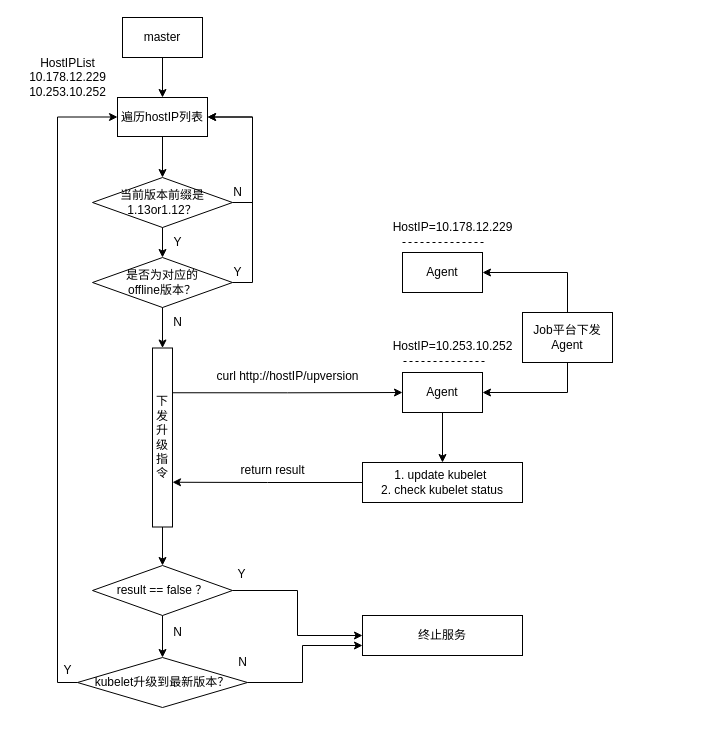
Earlier version of the draw.io diagram 未命名绘图.drawio (cityofwang/beats). Source tidied: cells renumbered, new cells numbered last; positions are measured from the earlier drawing's top-left corner, leaving out a move shared by most shapes. Both pictures are drawn from the tidied source at 100%, with x=0, y=0 at pixel (17, 17).
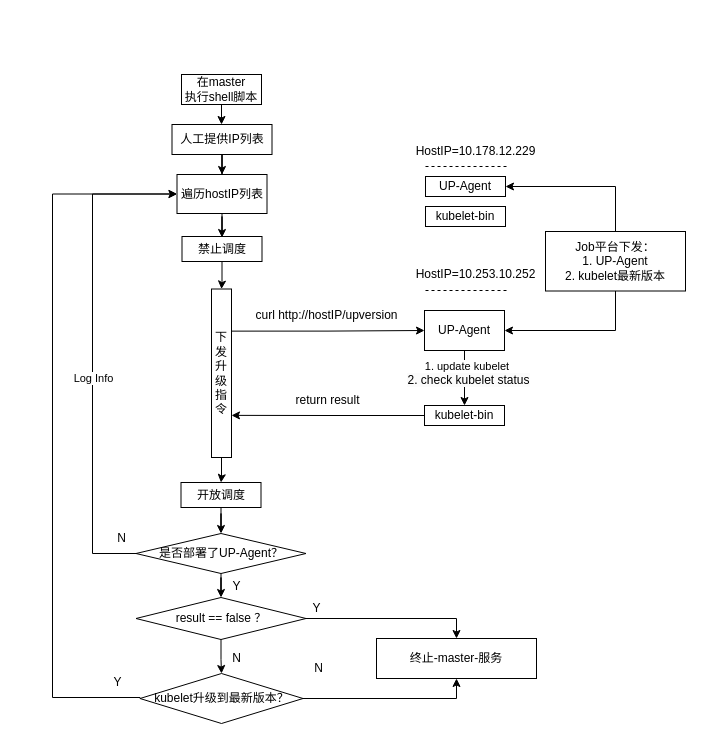
After the change.

Commit message:
更新未命名绘图.drawio

The edit, as a diff of the source:
```diff
@@
-    <mxCell id="2" value="Agent" style="rounded=0;whiteSpace=wrap;html=1;fillColor=none;" parent="1" vertex="1">
-      <mxGeometry x="385" y="235" width="80" height="40" as="geometry" />
+    <mxCell id="2" value="UP-Agent" style="rounded=0;whiteSpace=wrap;html=1;fillColor=none;" parent="1" vertex="1">
+      <mxGeometry x="408" y="159" width="80" height="20" as="geometry" />
     </mxCell>
@@
-    <mxCell id="5" value="Job平台下发Agent" style="rounded=0;whiteSpace=wrap;html=1;fillColor=none;" parent="1" vertex="1">
-      <mxGeometry x="505" y="295" width="90" height="50" as="geometry" />
+    <mxCell id="5" value="Job平台下发：&lt;br&gt;1. UP-Agent&lt;br&gt;2. kubelet最新版本" style="rounded=0;whiteSpace=wrap;html=1;fillColor=none;" parent="1" vertex="1">
+      <mxGeometry x="528" y="214" width="140" height="59.5" as="geometry" />
     </mxCell>
     <mxCell id="6" style="endArrow=none;dashed=1;html=1;rounded=0;" parent="1" edge="1">
       <mxGeometry relative="1" as="geometry">
-        <mxPoint x="385" y="225" as="sourcePoint" />
-        <mxPoint x="469" y="225" as="targetPoint" />
+        <mxPoint x="408" y="149" as="sourcePoint" />
+        <mxPoint x="492" y="149" as="targetPoint" />
       </mxGeometry>
     </mxCell>
     <mxCell id="7" value="HostIP=10.178.12.229" style="text;html=1;align=center;verticalAlign=middle;strokeColor=none;fillColor=none;" parent="1" vertex="1">
-      <mxGeometry x="365" y="195" width="140" height="30" as="geometry" />
+      <mxGeometry x="388" y="119" width="140" height="30" as="geometry" />
     </mxCell>
-    <mxCell id="8" style="edgeStyle=orthogonalEdgeStyle;rounded=0;jettySize=auto;html=1;entryX=0.5;entryY=0;entryDx=0;entryDy=0;" parent="1" edge="1" source="9" target="30">
+    <mxCell id="8" style="edgeStyle=orthogonalEdgeStyle;rounded=0;jettySize=auto;html=1;entryX=0.5;entryY=0;entryDx=0;entryDy=0;" parent="1" edge="1" source="9" target="63">
       <mxGeometry relative="1" as="geometry" />
     </mxCell>
+    <mxCell id="30" value="1. update kubelet&amp;nbsp;&lt;br style=&quot;border-color: var(--border-color); font-size: 12px; background-color: rgb(251, 251, 251);&quot;&gt;&lt;span style=&quot;font-size: 12px; background-color: rgb(251, 251, 251);&quot;&gt;2. check kubelet status&lt;/span&gt;" style="edgeLabel;html=1;align=center;verticalAlign=middle;points=[];" parent="8" vertex="1">
+      <mxGeometry x="-0.2" y="3" relative="1" as="geometry" />
+    </mxCell>
-    <mxCell id="9" value="Agent" style="rounded=0;whiteSpace=wrap;html=1;fillColor=none;" parent="1" vertex="1">
-      <mxGeometry x="385" y="355" width="80" height="40" as="geometry" />
+    <mxCell id="9" value="UP-Agent" style="rounded=0;whiteSpace=wrap;html=1;fillColor=none;" parent="1" vertex="1">
+      <mxGeometry x="407" y="293" width="80" height="40" as="geometry" />
     </mxCell>
     <mxCell id="10" value="HostIP=10.253.10.252" style="text;html=1;align=center;verticalAlign=middle;strokeColor=none;fillColor=none;" parent="1" vertex="1">
-      <mxGeometry x="365" y="314" width="140" height="30" as="geometry" />
+      <mxGeometry x="388" y="241.5" width="140" height="30" as="geometry" />
     </mxCell>
     <mxCell id="11" style="endArrow=none;dashed=1;html=1;rounded=0;" parent="1" edge="1">
       <mxGeometry relative="1" as="geometry">
-        <mxPoint x="386" y="344" as="sourcePoint" />
-        <mxPoint x="470" y="344" as="targetPoint" />
+        <mxPoint x="408" y="273" as="sourcePoint" />
+        <mxPoint x="492" y="273" as="targetPoint" />
       </mxGeometry>
     </mxCell>
-    <mxCell id="12" style="edgeStyle=orthogonalEdgeStyle;rounded=0;jettySize=auto;html=1;entryX=0.5;entryY=0;entryDx=0;entryDy=0;" parent="1" edge="1" source="13" target="22">
-      <mxGeometry relative="1" as="geometry" />
-    </mxCell>
+    <mxCell id="45" style="edgeStyle=orthogonalEdgeStyle;rounded=0;jettySize=auto;html=1;" parent="1" edge="1" source="13" target="55">
+      <mxGeometry relative="1" as="geometry" />
+    </mxCell>
-    <mxCell id="13" value="master" style="rounded=0;whiteSpace=wrap;html=1;fillColor=none;" parent="1" vertex="1">
-      <mxGeometry x="105" width="80" height="40" as="geometry" />
+    <mxCell id="13" value="在master&lt;br&gt;执行shell脚本" style="rounded=0;whiteSpace=wrap;html=1;fillColor=none;" parent="1" vertex="1">
+      <mxGeometry x="164" y="57" width="80" height="30" as="geometry" />
     </mxCell>
-    <mxCell id="14" value="HostIPList&lt;br&gt;10.178.12.229&lt;br&gt;10.253.10.252" style="text;html=1;align=center;verticalAlign=middle;strokeColor=none;fillColor=none;" parent="1" vertex="1">
-      <mxGeometry y="30" width="100" height="60" as="geometry" />
-    </mxCell>
-    <mxCell id="15" style="edgeStyle=orthogonalEdgeStyle;rounded=0;jettySize=auto;html=1;entryX=1;entryY=0.5;entryDx=0;entryDy=0;exitX=1;exitY=0.5;exitDx=0;exitDy=0;" parent="1" edge="1" source="17" target="22">
-      <mxGeometry relative="1" as="geometry" />
-    </mxCell>
-    <mxCell id="16" style="edgeStyle=orthogonalEdgeStyle;rounded=0;jettySize=auto;html=1;entryX=0.5;entryY=0;entryDx=0;entryDy=0;" parent="1" edge="1" source="17" target="20">
-      <mxGeometry relative="1" as="geometry" />
-    </mxCell>
-    <mxCell id="17" value="当前版本前缀是1.13or1.12？" style="rhombus;whiteSpace=wrap;html=1;fillColor=none;" parent="1" vertex="1">
-      <mxGeometry x="75" y="160" width="140" height="50" as="geometry" />
-    </mxCell>
-    <mxCell id="18" style="edgeStyle=orthogonalEdgeStyle;rounded=0;jettySize=auto;html=1;entryX=1;entryY=0.5;entryDx=0;entryDy=0;exitX=1;exitY=0.5;exitDx=0;exitDy=0;" parent="1" edge="1" source="20" target="22">
-      <mxGeometry relative="1" as="geometry" />
-    </mxCell>
-    <mxCell id="19" style="edgeStyle=orthogonalEdgeStyle;rounded=0;jettySize=auto;html=1;entryX=0.5;entryY=0;entryDx=0;entryDy=0;" parent="1" edge="1" source="20" target="27">
-      <mxGeometry relative="1" as="geometry" />
-    </mxCell>
-    <mxCell id="20" value="是否为对应的&lt;br&gt;offline版本？" style="rhombus;whiteSpace=wrap;html=1;fillColor=none;" parent="1" vertex="1">
-      <mxGeometry x="75" y="240" width="140" height="50" as="geometry" />
-    </mxCell>
-    <mxCell id="21" style="edgeStyle=orthogonalEdgeStyle;rounded=0;jettySize=auto;html=1;entryX=0.5;entryY=0;entryDx=0;entryDy=0;" parent="1" edge="1" source="22" target="17">
-      <mxGeometry relative="1" as="geometry" />
-    </mxCell>
+    <mxCell id="46" style="edgeStyle=orthogonalEdgeStyle;rounded=0;jettySize=auto;html=1;entryX=0.5;entryY=0.04;entryDx=0;entryDy=0;entryPerimeter=0;" parent="1" edge="1" source="22" target="58">
+      <mxGeometry relative="1" as="geometry" />
+    </mxCell>
     <mxCell id="22" value="遍历hostIP列表" style="rounded=0;whiteSpace=wrap;html=1;fillColor=none;" parent="1" vertex="1">
-      <mxGeometry x="100" y="80" width="90" height="39" as="geometry" />
+      <mxGeometry x="159.5" y="157" width="90" height="39" as="geometry" />
     </mxCell>
-    <mxCell id="23" value="N" style="text;html=1;align=center;verticalAlign=middle;strokeColor=none;fillColor=none;" parent="1" vertex="1">
-      <mxGeometry x="205" y="160" width="30" height="30" as="geometry" />
-    </mxCell>
-    <mxCell id="24" value="Y" style="text;html=1;align=center;verticalAlign=middle;strokeColor=none;fillColor=none;" parent="1" vertex="1">
-      <mxGeometry x="205" y="240" width="30" height="30" as="geometry" />
-    </mxCell>
@@
-    <mxCell id="26" style="edgeStyle=orthogonalEdgeStyle;rounded=0;jettySize=auto;html=1;entryX=0.5;entryY=0;entryDx=0;entryDy=0;" parent="1" edge="1" source="27" target="34">
-      <mxGeometry relative="1" as="geometry" />
-    </mxCell>
+    <mxCell id="47" style="edgeStyle=orthogonalEdgeStyle;rounded=0;jettySize=auto;html=1;entryX=0.5;entryY=0;entryDx=0;entryDy=0;" parent="1" edge="1" source="27" target="60">
+      <mxGeometry relative="1" as="geometry" />
+    </mxCell>
     <mxCell id="27" value="下发升级指令" style="rounded=0;whiteSpace=wrap;html=1;fillColor=none;" parent="1" vertex="1">
-      <mxGeometry x="135" y="330.5" width="20" height="179" as="geometry" />
+      <mxGeometry x="194" y="271.5" width="20" height="168.5" as="geometry" />
     </mxCell>
     <mxCell id="28" value="curl http://hostIP/upversion" style="text;html=1;align=center;verticalAlign=middle;strokeColor=none;fillColor=none;" parent="1" vertex="1">
-      <mxGeometry x="185" y="344" width="170" height="30" as="geometry" />
+      <mxGeometry x="224" y="282.5" width="170" height="30" as="geometry" />
     </mxCell>
-    <mxCell id="29" style="edgeStyle=orthogonalEdgeStyle;rounded=0;jettySize=auto;html=1;entryX=1;entryY=0.75;entryDx=0;entryDy=0;" parent="1" edge="1" source="30" target="27">
-      <mxGeometry relative="1" as="geometry" />
-    </mxCell>
-    <mxCell id="30" value="1. update kubelet&amp;nbsp;&lt;br&gt;2. check kubelet status" style="rounded=0;whiteSpace=wrap;html=1;fillColor=none;" parent="1" vertex="1">
-      <mxGeometry x="345" y="445" width="160" height="40" as="geometry" />
-    </mxCell>
     <mxCell id="31" value="return result" style="text;html=1;align=center;verticalAlign=middle;strokeColor=none;fillColor=none;" parent="1" vertex="1">
-      <mxGeometry x="210" y="438" width="90" height="30" as="geometry" />
+      <mxGeometry x="265" y="368" width="90" height="30" as="geometry" />
     </mxCell>
+    <mxCell id="33" style="edgeStyle=orthogonalEdgeStyle;rounded=0;jettySize=auto;html=1;entryX=0.5;entryY=0;entryDx=0;entryDy=0;" parent="1" edge="1" source="34" target="39">
+      <mxGeometry relative="1" as="geometry" />
+    </mxCell>
-    <mxCell id="32" style="edgeStyle=orthogonalEdgeStyle;rounded=0;jettySize=auto;html=1;entryX=0;entryY=0.5;entryDx=0;entryDy=0;" parent="1" edge="1" source="34" target="35">
+    <mxCell id="32" style="edgeStyle=orthogonalEdgeStyle;rounded=0;jettySize=auto;html=1;entryX=0.5;entryY=0;entryDx=0;entryDy=0;" parent="1" edge="1" source="34" target="35">
       <mxGeometry relative="1" as="geometry" />
     </mxCell>
-    <mxCell id="33" style="edgeStyle=orthogonalEdgeStyle;rounded=0;jettySize=auto;html=1;entryX=0.5;entryY=0;entryDx=0;entryDy=0;" parent="1" edge="1" source="34" target="39">
-      <mxGeometry relative="1" as="geometry" />
-    </mxCell>
     <mxCell id="34" value="result == false ？" style="rhombus;whiteSpace=wrap;html=1;fillColor=none;" parent="1" vertex="1">
-      <mxGeometry x="75" y="548" width="140" height="50" as="geometry" />
+      <mxGeometry x="118.5" y="580" width="170" height="42" as="geometry" />
     </mxCell>
-    <mxCell id="35" value="终止服务" style="rounded=0;whiteSpace=wrap;html=1;fillColor=none;" parent="1" vertex="1">
-      <mxGeometry x="345" y="598" width="160" height="40" as="geometry" />
+    <mxCell id="35" value="终止-master-服务" style="rounded=0;whiteSpace=wrap;html=1;fillColor=none;" parent="1" vertex="1">
+      <mxGeometry x="359" y="621" width="160" height="40" as="geometry" />
     </mxCell>
     <mxCell id="36" value="Y" style="text;html=1;align=center;verticalAlign=middle;strokeColor=none;fillColor=none;" parent="1" vertex="1">
-      <mxGeometry x="209" y="542" width="30" height="30" as="geometry" />
+      <mxGeometry x="204" y="554" width="30" height="30" as="geometry" />
     </mxCell>
+    <mxCell id="38" style="edgeStyle=orthogonalEdgeStyle;rounded=0;jettySize=auto;html=1;entryX=0;entryY=0.5;entryDx=0;entryDy=0;exitX=0;exitY=0.5;exitDx=0;exitDy=0;" parent="1" edge="1" source="39" target="22">
+      <mxGeometry relative="1" as="geometry">
+        <Array as="points">
+          <mxPoint x="123" y="680" />
+          <mxPoint x="35" y="680" />
+          <mxPoint x="35" y="177" />
+        </Array>
+      </mxGeometry>
+    </mxCell>
-    <mxCell id="37" style="edgeStyle=orthogonalEdgeStyle;rounded=0;jettySize=auto;html=1;entryX=0;entryY=0.75;entryDx=0;entryDy=0;" parent="1" edge="1" source="39" target="35">
-      <mxGeometry relative="1" as="geometry">
-        <Array as="points">
-          <mxPoint x="285" y="665" />
-          <mxPoint x="285" y="628" />
-        </Array>
-      </mxGeometry>
+    <mxCell id="37" style="edgeStyle=orthogonalEdgeStyle;rounded=0;jettySize=auto;html=1;entryX=0.5;entryY=1;entryDx=0;entryDy=0;" parent="1" edge="1" source="39" target="35">
+      <mxGeometry relative="1" as="geometry" />
     </mxCell>
-    <mxCell id="38" style="edgeStyle=orthogonalEdgeStyle;rounded=0;jettySize=auto;html=1;entryX=0;entryY=0.5;entryDx=0;entryDy=0;exitX=0;exitY=0.5;exitDx=0;exitDy=0;" parent="1" edge="1" source="39" target="22">
-      <mxGeometry relative="1" as="geometry" />
-    </mxCell>
     <mxCell id="39" value="kubelet升级到最新版本？" style="rhombus;whiteSpace=wrap;html=1;fillColor=none;" parent="1" vertex="1">
-      <mxGeometry x="60" y="640" width="170" height="50" as="geometry" />
+      <mxGeometry x="122.5" y="656" width="163" height="50" as="geometry" />
     </mxCell>
     <mxCell id="40" value="N" style="text;html=1;align=center;verticalAlign=middle;strokeColor=none;fillColor=none;" parent="1" vertex="1">
-      <mxGeometry x="210" y="630" width="30" height="30" as="geometry" />
+      <mxGeometry x="285.5" y="636" width="30" height="30" as="geometry" />
     </mxCell>
-    <mxCell id="41" value="Y" style="text;html=1;align=center;verticalAlign=middle;strokeColor=none;fillColor=none;" parent="1" vertex="1">
-      <mxGeometry x="145" y="210" width="30" height="30" as="geometry" />
-    </mxCell>
-    <mxCell id="42" value="N" style="text;html=1;align=center;verticalAlign=middle;strokeColor=none;fillColor=none;" parent="1" vertex="1">
-      <mxGeometry x="145" y="290" width="30" height="30" as="geometry" />
-    </mxCell>
     <mxCell id="43" value="N" style="text;html=1;align=center;verticalAlign=middle;strokeColor=none;fillColor=none;" parent="1" vertex="1">
-      <mxGeometry x="145" y="600" width="30" height="30" as="geometry" />
+      <mxGeometry x="88.5" y="506" width="30" height="30" as="geometry" />
     </mxCell>
-    <mxCell id="44" value="Y" style="text;html=1;align=center;verticalAlign=middle;strokeColor=none;fillColor=none;" parent="1" vertex="1">
-      <mxGeometry x="35" y="638" width="30" height="30" as="geometry" />
-    </mxCell>
+    <mxCell id="48" style="edgeStyle=orthogonalEdgeStyle;rounded=0;jettySize=auto;html=1;entryX=0.5;entryY=0;entryDx=0;entryDy=0;" parent="1" edge="1" source="51" target="34">
+      <mxGeometry relative="1" as="geometry" />
+    </mxCell>
+    <mxCell id="49" style="edgeStyle=orthogonalEdgeStyle;rounded=0;jettySize=auto;html=1;entryX=0;entryY=0.5;entryDx=0;entryDy=0;exitX=0;exitY=0.5;exitDx=0;exitDy=0;" parent="1" edge="1" source="51" target="22">
+      <mxGeometry relative="1" as="geometry">
+        <Array as="points">
+          <mxPoint x="75" y="536" />
+          <mxPoint x="75" y="177" />
+        </Array>
+      </mxGeometry>
+    </mxCell>
+    <mxCell id="50" value="Log Info" style="edgeLabel;html=1;align=center;verticalAlign=middle;" parent="49" vertex="1">
+      <mxGeometry x="-0.1" relative="1" as="geometry" />
+    </mxCell>
+    <mxCell id="51" value="是否部署了UP-Agent？" style="rhombus;whiteSpace=wrap;html=1;fillColor=none;" parent="1" vertex="1">
+      <mxGeometry x="118.5" y="516" width="170" height="40" as="geometry" />
+    </mxCell>
+    <mxCell id="52" value="N" style="text;html=1;align=center;verticalAlign=middle;strokeColor=none;fillColor=none;" parent="1" vertex="1">
+      <mxGeometry x="204" y="626" width="30" height="30" as="geometry" />
+    </mxCell>
+    <mxCell id="53" value="Y" style="text;html=1;align=center;verticalAlign=middle;strokeColor=none;fillColor=none;" parent="1" vertex="1">
+      <mxGeometry x="284" y="576" width="30" height="30" as="geometry" />
+    </mxCell>
+    <mxCell id="54" style="edgeStyle=orthogonalEdgeStyle;rounded=0;jettySize=auto;html=1;entryX=0.5;entryY=0;entryDx=0;entryDy=0;" parent="1" edge="1" source="55" target="22">
+      <mxGeometry relative="1" as="geometry" />
+    </mxCell>
+    <mxCell id="55" value="人工提供IP列表" style="rounded=0;whiteSpace=wrap;html=1;fillColor=none;" parent="1" vertex="1">
+      <mxGeometry x="154.5" y="107" width="100" height="30" as="geometry" />
+    </mxCell>
+    <mxCell id="56" value="Y" style="text;html=1;align=center;verticalAlign=middle;strokeColor=none;fillColor=none;" parent="1" vertex="1">
+      <mxGeometry x="85" y="650" width="30" height="30" as="geometry" />
+    </mxCell>
+    <mxCell id="57" style="edgeStyle=orthogonalEdgeStyle;rounded=0;jettySize=auto;html=1;" parent="1" edge="1" source="58" target="27">
+      <mxGeometry relative="1" as="geometry" />
+    </mxCell>
+    <mxCell id="58" value="禁止调度" style="rounded=0;whiteSpace=wrap;html=1;fillColor=none;" parent="1" vertex="1">
+      <mxGeometry x="164.5" y="219" width="80" height="25" as="geometry" />
+    </mxCell>
+    <mxCell id="59" style="edgeStyle=orthogonalEdgeStyle;rounded=0;jettySize=auto;html=1;entryX=0.5;entryY=0;entryDx=0;entryDy=0;" parent="1" edge="1" source="60" target="51">
+      <mxGeometry relative="1" as="geometry" />
+    </mxCell>
+    <mxCell id="60" value="开放调度" style="rounded=0;whiteSpace=wrap;html=1;fillColor=none;" parent="1" vertex="1">
+      <mxGeometry x="163.5" y="465" width="80" height="25" as="geometry" />
+    </mxCell>
+    <mxCell id="61" value="kubelet-bin" style="rounded=0;whiteSpace=wrap;html=1;fillColor=none;" parent="1" vertex="1">
+      <mxGeometry x="408" y="189" width="80" height="20" as="geometry" />
+    </mxCell>
+    <mxCell id="62" style="edgeStyle=orthogonalEdgeStyle;rounded=0;jettySize=auto;html=1;entryX=1;entryY=0.75;entryDx=0;entryDy=0;" parent="1" edge="1" source="63" target="27">
+      <mxGeometry relative="1" as="geometry" />
+    </mxCell>
+    <mxCell id="63" value="kubelet-bin" style="rounded=0;whiteSpace=wrap;html=1;fillColor=none;" parent="1" vertex="1">
+      <mxGeometry x="407" y="388" width="80" height="20" as="geometry" />
+    </mxCell>
```
